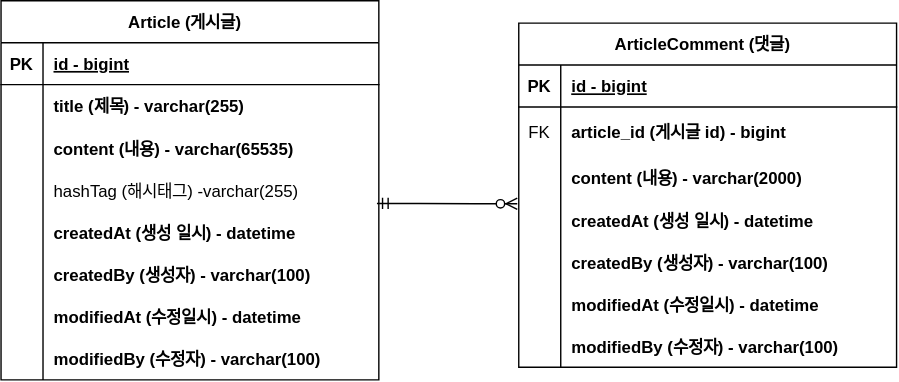
ODooHo/project-board keeps this draw.io diagram as document/project-board-erd.svg. Above is the earlier version. Source tidied: cells renumbered, new cells last; positions are measured from the earlier drawing's top-left corner, leaving out a move shared by most shapes.
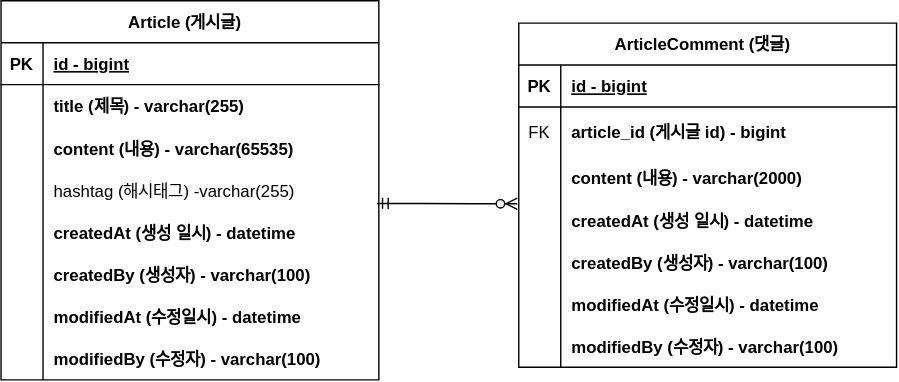
The same file after the commit.

Commit message:
#10 - erd 벡터이미지 완성: project-board-erd.svg

Diff of the diagram source:
```diff
@@ -38,7 +38,7 @@
     <mxCell id="13" style="shape=partialRectangle;overflow=hidden;fillColor=none;top=0;left=0;bottom=0;right=0;" parent="12" vertex="1">
       <mxGeometry width="30" height="30" as="geometry" />
     </mxCell>
-    <mxCell id="14" value="hashTag (해시태그) -varchar(255)" style="shape=partialRectangle;overflow=hidden;fillColor=none;top=0;left=0;bottom=0;right=0;align=left;spacingLeft=6;" parent="12" vertex="1">
+    <mxCell id="14" value="hashtag (해시태그) -varchar(255)" style="shape=partialRectangle;overflow=hidden;fillColor=none;top=0;left=0;bottom=0;right=0;align=left;spacingLeft=6;" parent="12" vertex="1">
       <mxGeometry x="30" width="240" height="30" as="geometry" />
     </mxCell>
     <mxCell id="15" style="shape=partialRectangle;fillColor=none;top=0;left=0;right=0;bottom=0;" parent="2" vertex="1">
```
